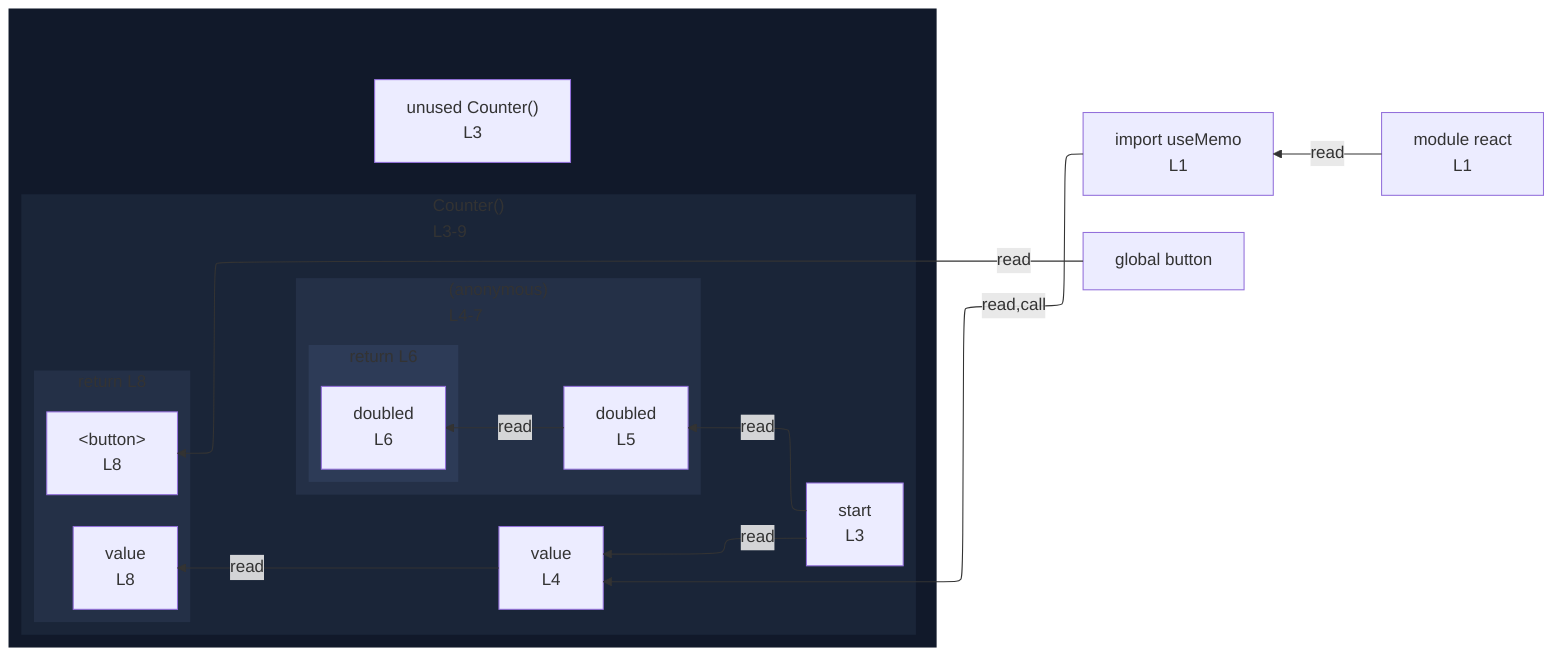
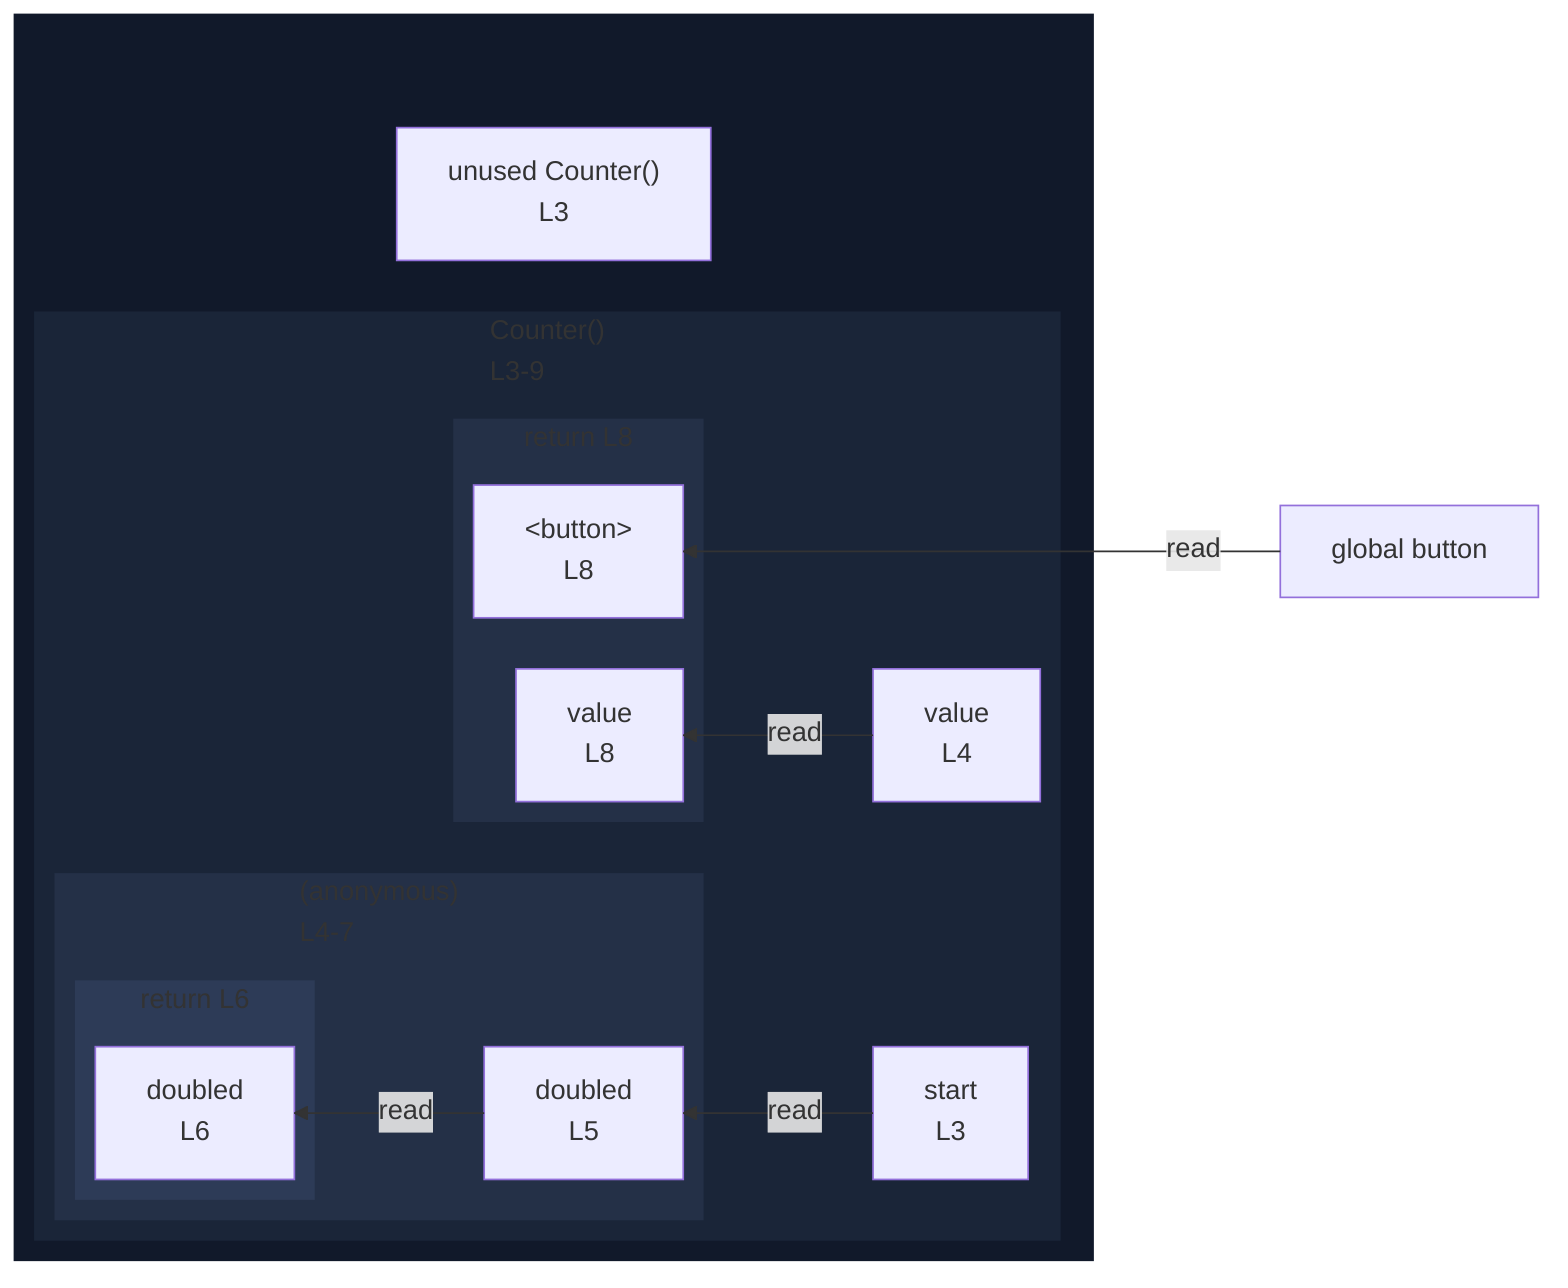
%%{init: {"flowchart": {"defaultRenderer": "elk"}}}%%
flowchart RL
-   n_scope_0_useMemo_9["import useMemo<br/>L1"]
  n_scope_0_button_194["global button"]
  subgraph wrap_s_scope_1[" "]
    direction TB
    n_scope_0_Counter_40["unused Counter()<br/>L3"]
    subgraph s_scope_1["Counter()<br/>L3-9"]
      direction RL
      n_scope_1_start_53["start<br/>L3"]
      n_scope_1_value_94["value<br/>L4"]
      subgraph s_scope_2["(anonymous)<br/>L4-7"]
        direction RL
        n_scope_2_doubled_128["doubled<br/>L5"]
        subgraph s_return_scope_0_Counter_40_153_168["return L6"]
          direction RL
          ret_use_ref_5["doubled<br/>L6"]
        end
      end
      subgraph s_return_scope_0_Counter_40_186_218["return L8"]
        direction RL
        ret_use_ref_7["&lt;button&gt;<br/>L8"]
        ret_use_ref_8["value<br/>L8"]
      end
    end
  end
-   n_scope_0_useMemo_9 -->|read,call| n_scope_1_value_94
  n_scope_1_start_53 -->|read| n_scope_2_doubled_128
  n_scope_2_doubled_128 -->|read| ret_use_ref_5
-   n_scope_1_start_53 -->|read| n_scope_1_value_94
  n_scope_0_button_194 -->|read| ret_use_ref_7
  n_scope_1_value_94 -->|read| ret_use_ref_8
-   mod_react["module react<br/>L1"]
-   mod_react -->|read| n_scope_0_useMemo_9
  classDef nestL1 fill:#11192a,stroke:transparent;
  class wrap_s_scope_1 nestL1;
  classDef nestL2 fill:#1a2538,stroke:transparent;
  class s_scope_1 nestL2;
  classDef nestL3 fill:#243047,stroke:transparent;
  class s_scope_2 nestL3;
  class s_return_scope_0_Counter_40_186_218 nestL3;
  classDef nestL4 fill:#2d3b57,stroke:transparent;
  class s_return_scope_0_Counter_40_153_168 nestL4;
